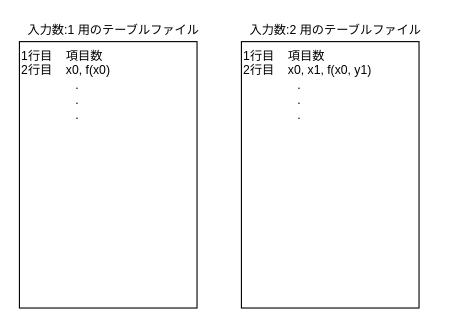
This is page "LUT_fileformat" (7 of 7) of doc/spec-ja/source/images/fhetbl_design.drawio from iihiro/FHE-Table-Search, a draw.io file, before an edit. Source tidied: cells renumbered, new cells numbered last; positions are measured from the earlier drawing's top-left corner, leaving out a move shared by most shapes. Both pictures are drawn from the tidied source at 111%, with x=0, y=0 at pixel (19, 19).
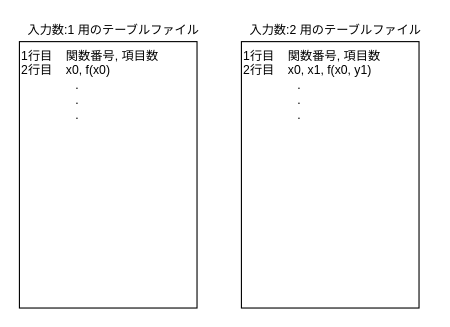
After the change.

Diff of the diagram source:
```diff
@@
 <mxGraphModel>
   <root>
     <mxCell id="0" />
     <mxCell id="1" parent="0" />
-    <mxCell id="2" value="1行目&amp;nbsp; &amp;nbsp; 項目数&lt;br style=&quot;font-size: 11px;&quot;&gt;2行目&amp;nbsp; &amp;nbsp; x0, f(x0)&lt;br style=&quot;font-size: 11px;&quot;&gt;&amp;nbsp; &amp;nbsp; &amp;nbsp; &amp;nbsp; &amp;nbsp; &amp;nbsp; &amp;nbsp; &amp;nbsp; .&lt;br style=&quot;font-size: 11px;&quot;&gt;&amp;nbsp; &amp;nbsp; &amp;nbsp; &amp;nbsp; &amp;nbsp; &amp;nbsp; &amp;nbsp; &amp;nbsp; .&lt;br style=&quot;font-size: 11px;&quot;&gt;&amp;nbsp; &amp;nbsp; &amp;nbsp; &amp;nbsp; &amp;nbsp; &amp;nbsp; &amp;nbsp; &amp;nbsp; ." style="rounded=0;whiteSpace=wrap;html=1;align=left;verticalAlign=top;fontSize=11;" parent="1" vertex="1">
+    <mxCell id="2" value="1行目&amp;nbsp; &amp;nbsp; 関数番号, 項目数&lt;br style=&quot;font-size: 11px&quot;&gt;2行目&amp;nbsp; &amp;nbsp; x0, f(x0)&lt;br style=&quot;font-size: 11px&quot;&gt;&amp;nbsp; &amp;nbsp; &amp;nbsp; &amp;nbsp; &amp;nbsp; &amp;nbsp; &amp;nbsp; &amp;nbsp; .&lt;br style=&quot;font-size: 11px&quot;&gt;&amp;nbsp; &amp;nbsp; &amp;nbsp; &amp;nbsp; &amp;nbsp; &amp;nbsp; &amp;nbsp; &amp;nbsp; .&lt;br style=&quot;font-size: 11px&quot;&gt;&amp;nbsp; &amp;nbsp; &amp;nbsp; &amp;nbsp; &amp;nbsp; &amp;nbsp; &amp;nbsp; &amp;nbsp; ." style="rounded=0;whiteSpace=wrap;html=1;align=left;verticalAlign=top;fontSize=11;" parent="1" vertex="1">
       <mxGeometry y="20" width="160" height="240" as="geometry" />
     </mxCell>
-    <mxCell id="3" value="1行目&amp;nbsp; &amp;nbsp; 項目数&lt;br style=&quot;font-size: 11px;&quot;&gt;2行目&amp;nbsp; &amp;nbsp; x0, x1, f(x0, y1)&lt;br style=&quot;font-size: 11px;&quot;&gt;&amp;nbsp; &amp;nbsp; &amp;nbsp; &amp;nbsp; &amp;nbsp; &amp;nbsp; &amp;nbsp; &amp;nbsp; .&lt;br style=&quot;font-size: 11px;&quot;&gt;&amp;nbsp; &amp;nbsp; &amp;nbsp; &amp;nbsp; &amp;nbsp; &amp;nbsp; &amp;nbsp; &amp;nbsp; .&lt;br style=&quot;font-size: 11px;&quot;&gt;&amp;nbsp; &amp;nbsp; &amp;nbsp; &amp;nbsp; &amp;nbsp; &amp;nbsp; &amp;nbsp; &amp;nbsp; ." style="rounded=0;whiteSpace=wrap;html=1;align=left;verticalAlign=top;fontSize=11;" parent="1" vertex="1">
+    <mxCell id="3" value="1行目&amp;nbsp; &amp;nbsp; 関数番号,&amp;nbsp;項目数&lt;br style=&quot;font-size: 11px&quot;&gt;2行目&amp;nbsp; &amp;nbsp; x0, x1, f(x0, y1)&lt;br style=&quot;font-size: 11px&quot;&gt;&amp;nbsp; &amp;nbsp; &amp;nbsp; &amp;nbsp; &amp;nbsp; &amp;nbsp; &amp;nbsp; &amp;nbsp; .&lt;br style=&quot;font-size: 11px&quot;&gt;&amp;nbsp; &amp;nbsp; &amp;nbsp; &amp;nbsp; &amp;nbsp; &amp;nbsp; &amp;nbsp; &amp;nbsp; .&lt;br style=&quot;font-size: 11px&quot;&gt;&amp;nbsp; &amp;nbsp; &amp;nbsp; &amp;nbsp; &amp;nbsp; &amp;nbsp; &amp;nbsp; &amp;nbsp; ." style="rounded=0;whiteSpace=wrap;html=1;align=left;verticalAlign=top;fontSize=11;" parent="1" vertex="1">
       <mxGeometry x="200" y="20" width="160" height="240" as="geometry" />
     </mxCell>
     <mxCell id="4" value="入力数:1 用のテーブルファイル" style="text;html=1;strokeColor=none;fillColor=none;align=center;verticalAlign=middle;whiteSpace=wrap;rounded=0;fontSize=11;" parent="1" vertex="1">
       <mxGeometry width="170" height="20" as="geometry" />
     </mxCell>
     <mxCell id="5" value="入力数:2 用のテーブルファイル" style="text;html=1;strokeColor=none;fillColor=none;align=center;verticalAlign=middle;whiteSpace=wrap;rounded=0;fontSize=11;" parent="1" vertex="1">
       <mxGeometry x="200" width="170" height="20" as="geometry" />
     </mxCell>
   </root>
 </mxGraphModel>
```
